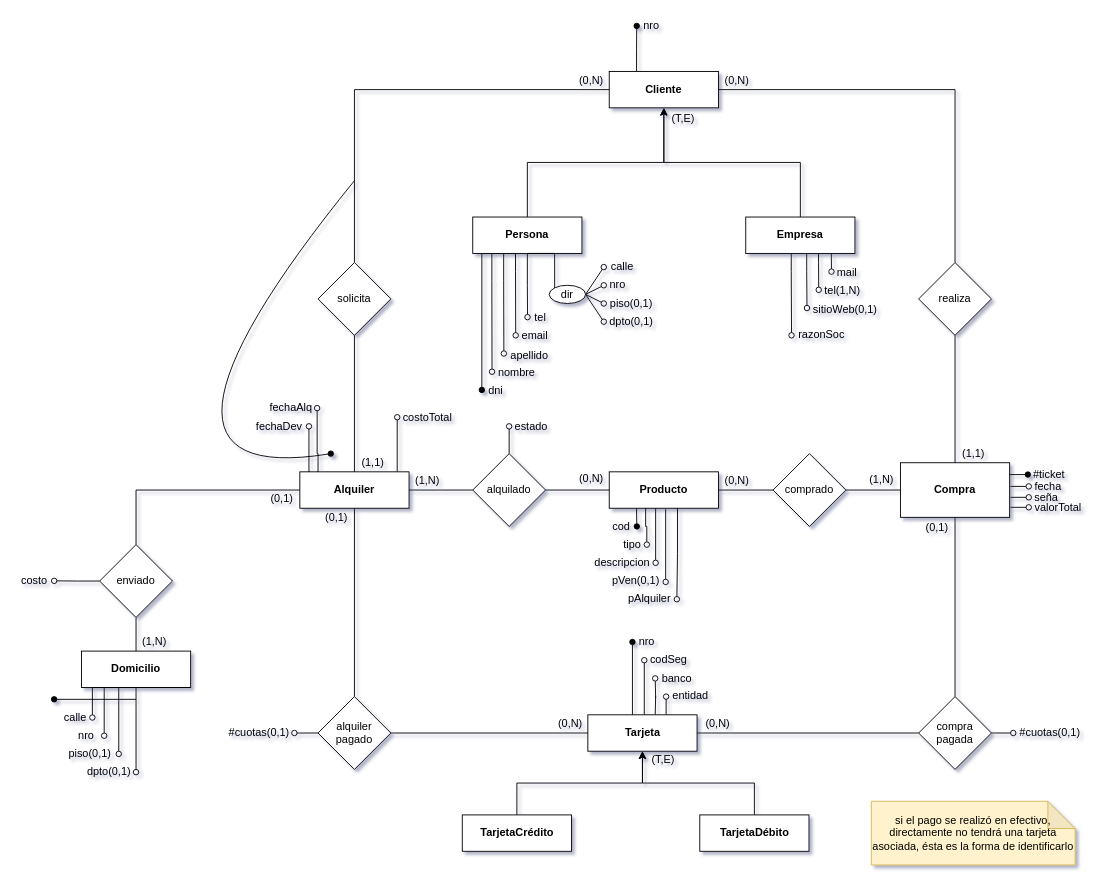
sergiocld99/unlp-tramo-final keeps this draw.io diagram as BD/01-modelos/05-articulos/ej5-conceptual.drawio. Above is the earlier version. Source tidied: cells renumbered, new cells numbered last; positions are measured from the earlier drawing's top-left corner, leaving out a move shared by most shapes. Both pictures are drawn from the tidied source at 91%, with x=0, y=0 at pixel (15, 16).
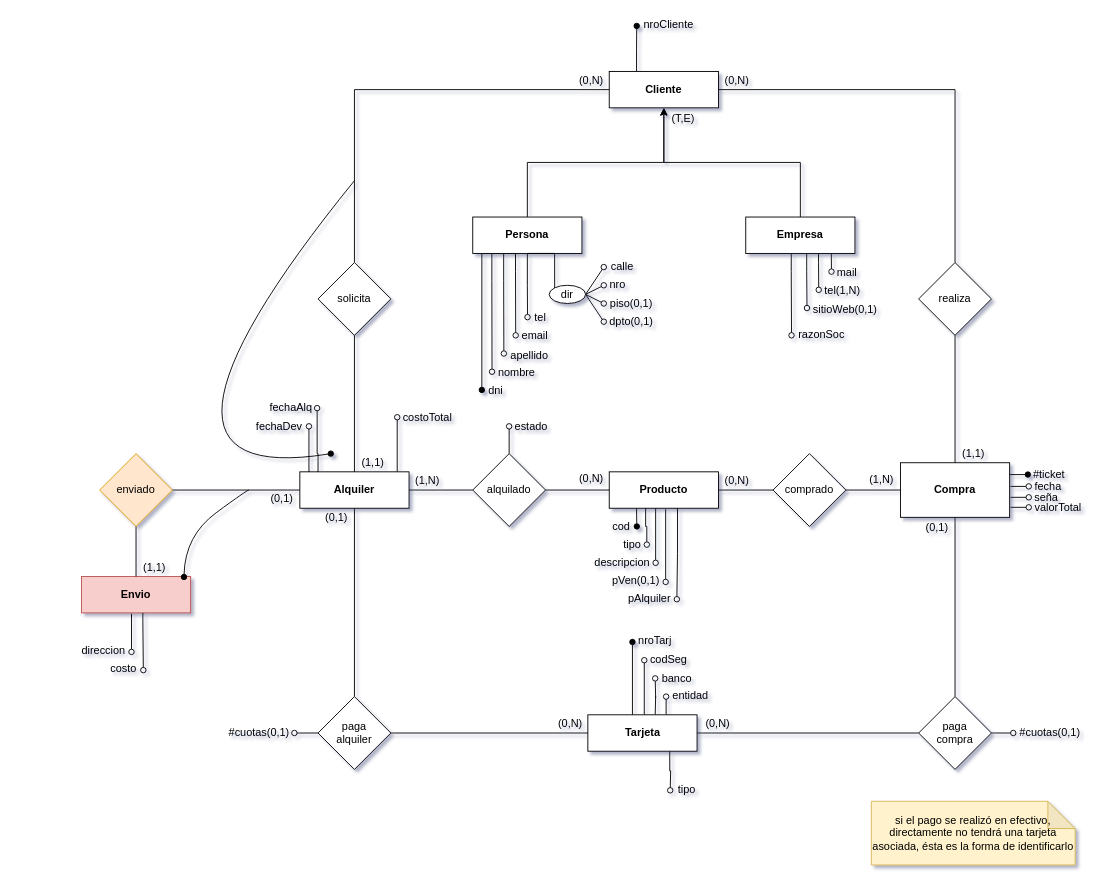
After the change.

Unchanged cells that the change refers to:
```xml
<mxCell id="31" value="Alquiler" style="rounded=0;whiteSpace=wrap;html=1;fontStyle=1;" parent="1" vertex="1">
  <mxGeometry x="312" y="500" width="120" height="40" as="geometry" />
</mxCell>
<mxCell id="57" value="Tarjeta" style="rounded=0;whiteSpace=wrap;html=1;fontStyle=1;" parent="1" vertex="1">
  <mxGeometry x="628.5" y="767" width="120" height="40" as="geometry" />
</mxCell>
```

Change to the diagram source:
```diff
@@
-    <mxCell id="27" style="edgeStyle=orthogonalEdgeStyle;rounded=0;jettySize=auto;html=1;exitX=0;exitY=0.5;exitDx=0;exitDy=0;entryX=0.5;entryY=0;entryDx=0;entryDy=0;endArrow=none;endFill=0;" parent="1" edge="1" source="31" target="42">
+    <mxCell id="27" style="edgeStyle=orthogonalEdgeStyle;rounded=0;jettySize=auto;html=1;exitX=0;exitY=0.5;exitDx=0;exitDy=0;entryX=1;entryY=0.5;entryDx=0;entryDy=0;endArrow=none;endFill=0;" parent="1" edge="1" source="31" target="42">
       <mxGeometry relative="1" as="geometry" />
     </mxCell>
@@
-    <mxCell id="39" value="Domicilio" style="rounded=0;whiteSpace=wrap;html=1;fontStyle=1;" parent="1" vertex="1">
-      <mxGeometry x="72" y="697" width="120" height="40" as="geometry" />
+    <mxCell id="39" value="Envio" style="rounded=0;whiteSpace=wrap;html=1;fontStyle=1;fillColor=#f8cecc;strokeColor=#b85450;" parent="1" vertex="1">
+      <mxGeometry x="72" y="615" width="120" height="40" as="geometry" />
     </mxCell>
@@
-    <mxCell id="41" style="edgeStyle=orthogonalEdgeStyle;rounded=0;jettySize=auto;html=1;exitX=0;exitY=0.5;exitDx=0;exitDy=0;endArrow=oval;endFill=0;" parent="1" edge="1" source="42">
-      <mxGeometry relative="1" as="geometry">
-        <mxPoint x="42" y="619.8" as="targetPoint" />
-      </mxGeometry>
-    </mxCell>
-    <mxCell id="42" value="enviado" style="rhombus;whiteSpace=wrap;html=1;" parent="1" vertex="1">
-      <mxGeometry x="92" y="580" width="80" height="80" as="geometry" />
+    <mxCell id="42" value="enviado" style="rhombus;whiteSpace=wrap;html=1;fillColor=#ffe6cc;strokeColor=#d79b00;" parent="1" vertex="1">
+      <mxGeometry x="92" y="480" width="80" height="80" as="geometry" />
     </mxCell>
@@
+    <mxCell id="134" style="edgeStyle=orthogonalEdgeStyle;rounded=0;jettySize=auto;html=1;exitX=0.75;exitY=1;exitDx=0;exitDy=0;endArrow=oval;endFill=0;" parent="1" edge="1" source="57">
+      <mxGeometry relative="1" as="geometry">
+        <mxPoint x="719" y="850" as="targetPoint" />
+      </mxGeometry>
+    </mxCell>
@@
-    <mxCell id="60" value="alquiler&lt;br&gt;pagado" style="rhombus;whiteSpace=wrap;html=1;" parent="1" vertex="1">
+    <mxCell id="60" value="paga&lt;br&gt;alquiler" style="rhombus;whiteSpace=wrap;html=1;" parent="1" vertex="1">
       <mxGeometry x="332" y="747" width="80" height="80" as="geometry" />
     </mxCell>
@@
-    <mxCell id="62" value="compra&lt;br&gt;pagada" style="rhombus;whiteSpace=wrap;html=1;" parent="1" vertex="1">
+    <mxCell id="62" value="paga&lt;br&gt;compra" style="rhombus;whiteSpace=wrap;html=1;" parent="1" vertex="1">
       <mxGeometry x="992" y="747" width="80" height="80" as="geometry" />
     </mxCell>
@@
-    <mxCell id="73" style="edgeStyle=orthogonalEdgeStyle;rounded=0;orthogonalLoop=1;jettySize=auto;html=1;exitX=0.5;exitY=1;exitDx=0;exitDy=0;endArrow=oval;endFill=0;" parent="1" edge="1">
+    <mxCell id="73" style="edgeStyle=orthogonalEdgeStyle;rounded=0;orthogonalLoop=1;jettySize=auto;html=1;exitX=0.971;exitY=0.977;exitDx=0;exitDy=0;endArrow=oval;endFill=0;exitPerimeter=0;" parent="1" edge="1">
       <mxGeometry relative="1" as="geometry">
-        <mxPoint x="134" y="737" as="sourcePoint" />
-        <mxPoint x="97" y="790" as="targetPoint" />
+        <mxPoint x="139.5" y="655" as="sourcePoint" />
+        <mxPoint x="140" y="717.9" as="targetPoint" />
         <Array as="points">
-          <mxPoint x="97" y="737" />
+          <mxPoint x="140" y="664.9" />
+          <mxPoint x="140" y="664.9" />
         </Array>
       </mxGeometry>
     </mxCell>
-    <mxCell id="74" style="edgeStyle=orthogonalEdgeStyle;rounded=0;orthogonalLoop=1;jettySize=auto;html=1;exitX=0.5;exitY=1;exitDx=0;exitDy=0;endArrow=oval;endFill=0;" parent="1" edge="1">
-      <mxGeometry relative="1" as="geometry">
-        <mxPoint x="137" y="737" as="sourcePoint" />
-        <mxPoint x="113" y="810" as="targetPoint" />
-        <Array as="points">
-          <mxPoint x="113" y="737" />
-        </Array>
-      </mxGeometry>
-    </mxCell>
-    <mxCell id="75" style="edgeStyle=orthogonalEdgeStyle;rounded=0;jettySize=auto;html=1;exitX=1;exitY=1;exitDx=0;exitDy=0;endArrow=oval;endFill=0;" parent="1" edge="1" source="39">
+    <mxCell id="75" style="edgeStyle=orthogonalEdgeStyle;rounded=0;orthogonalLoop=1;jettySize=auto;html=1;endArrow=oval;endFill=0;" parent="1" edge="1">
       <mxGeometry relative="1" as="geometry">
-        <mxPoint x="84" y="770" as="targetPoint" />
+        <mxPoint x="127" y="655.9" as="sourcePoint" />
+        <mxPoint x="127" y="697.9" as="targetPoint" />
         <Array as="points">
-          <mxPoint x="84" y="737" />
+          <mxPoint x="127" y="655.9" />
         </Array>
       </mxGeometry>
     </mxCell>
-    <mxCell id="76" style="edgeStyle=none;rounded=0;jettySize=auto;html=1;endArrow=oval;endFill=0;startArrow=none;exitX=0.5;exitY=1;exitDx=0;exitDy=0;" parent="1" edge="1" source="39">
-      <mxGeometry relative="1" as="geometry">
-        <mxPoint x="132" y="830" as="targetPoint" />
-      </mxGeometry>
-    </mxCell>
-    <mxCell id="77" value="calle" style="text;html=1;align=center;verticalAlign=middle;strokeColor=none;fillColor=none;" parent="1" vertex="1">
-      <mxGeometry x="45" y="760" width="40" height="20" as="geometry" />
+    <mxCell id="77" value="direccion" style="text;html=1;align=center;verticalAlign=middle;strokeColor=none;fillColor=none;" parent="1" vertex="1">
+      <mxGeometry x="66" y="686.9" width="60" height="20" as="geometry" />
     </mxCell>
-    <mxCell id="78" value="piso(0,1)" style="text;html=1;align=center;verticalAlign=middle;strokeColor=none;fillColor=none;" parent="1" vertex="1">
-      <mxGeometry x="51" y="800" width="60" height="20" as="geometry" />
-    </mxCell>
-    <mxCell id="79" value="dpto(0,1)" style="text;html=1;align=center;verticalAlign=middle;strokeColor=none;fillColor=none;" parent="1" vertex="1">
-      <mxGeometry x="72" y="820" width="60" height="20" as="geometry" />
-    </mxCell>
@@
-    <mxCell id="81" value="(1,N)" style="text;html=1;align=center;verticalAlign=middle;strokeColor=none;fillColor=none;" parent="1" vertex="1">
-      <mxGeometry x="132" y="677" width="40" height="20" as="geometry" />
+    <mxCell id="81" value="(1,1)" style="text;html=1;align=center;verticalAlign=middle;strokeColor=none;fillColor=none;" parent="1" vertex="1">
+      <mxGeometry x="132" y="595" width="40" height="20" as="geometry" />
     </mxCell>
-    <mxCell id="82" value="nro" style="text;html=1;align=center;verticalAlign=middle;strokeColor=none;fillColor=none;" parent="1" vertex="1">
-      <mxGeometry x="62" y="780" width="30" height="20" as="geometry" />
+    <mxCell id="82" value="costo" style="text;html=1;align=center;verticalAlign=middle;strokeColor=none;fillColor=none;" parent="1" vertex="1">
+      <mxGeometry x="98" y="706.9" width="40" height="20" as="geometry" />
     </mxCell>
-    <mxCell id="83" style="endArrow=oval;html=1;rounded=0;endFill=1;" parent="1" edge="1">
-      <mxGeometry relative="1" as="geometry">
-        <mxPoint x="132" y="750" as="sourcePoint" />
-        <mxPoint x="42" y="750" as="targetPoint" />
-      </mxGeometry>
-    </mxCell>
-    <mxCell id="84" value="costo" style="text;html=1;align=center;verticalAlign=middle;strokeColor=none;fillColor=none;" parent="1" vertex="1">
-      <mxGeometry y="610" width="40" height="20" as="geometry" />
-    </mxCell>
@@
-    <mxCell id="115" value="nro" style="text;html=1;align=center;verticalAlign=middle;strokeColor=none;fillColor=none;" parent="1" vertex="1">
-      <mxGeometry x="683" width="30" height="20" as="geometry" />
+    <mxCell id="115" value="nroCliente" style="text;html=1;align=center;verticalAlign=middle;strokeColor=none;fillColor=none;" parent="1" vertex="1">
+      <mxGeometry x="682" y="-1" width="70" height="20" as="geometry" />
     </mxCell>
@@
-    <mxCell id="120" value="nro" style="text;html=1;align=center;verticalAlign=middle;strokeColor=none;fillColor=none;" parent="1" vertex="1">
-      <mxGeometry x="677.5" y="677" width="30" height="20" as="geometry" />
+    <mxCell id="120" value="nroTarj" style="text;html=1;align=center;verticalAlign=middle;strokeColor=none;fillColor=none;" parent="1" vertex="1">
+      <mxGeometry x="676.5" y="676" width="50" height="20" as="geometry" />
     </mxCell>
@@
-    <mxCell id="127" style="edgeStyle=orthogonalEdgeStyle;rounded=0;jettySize=auto;html=1;exitX=0.5;exitY=0;exitDx=0;exitDy=0;entryX=0.5;entryY=1;entryDx=0;entryDy=0;" parent="1" edge="1" source="128" target="57">
-      <mxGeometry relative="1" as="geometry" />
-    </mxCell>
-    <mxCell id="128" value="TarjetaCrédito" style="rounded=0;whiteSpace=wrap;html=1;fontStyle=1;" parent="1" vertex="1">
-      <mxGeometry x="490.5" y="877" width="120" height="40" as="geometry" />
-    </mxCell>
-    <mxCell id="129" style="edgeStyle=orthogonalEdgeStyle;rounded=0;jettySize=auto;html=1;exitX=0.5;exitY=0;exitDx=0;exitDy=0;entryX=0.5;entryY=1;entryDx=0;entryDy=0;" parent="1" edge="1" source="130" target="57">
-      <mxGeometry relative="1" as="geometry" />
-    </mxCell>
-    <mxCell id="130" value="TarjetaDébito" style="rounded=0;whiteSpace=wrap;html=1;fontStyle=1;" parent="1" vertex="1">
-      <mxGeometry x="751.5" y="877" width="120" height="40" as="geometry" />
-    </mxCell>
-    <mxCell id="131" value="(T,E)" style="text;html=1;align=center;verticalAlign=middle;strokeColor=none;fillColor=none;" parent="1" vertex="1">
-      <mxGeometry x="690.5" y="807" width="40" height="20" as="geometry" />
-    </mxCell>
@@
+    <mxCell id="135" value="tipo" style="text;html=1;align=center;verticalAlign=middle;strokeColor=none;fillColor=none;" parent="1" vertex="1">
+      <mxGeometry x="721.5" y="839" width="30" height="20" as="geometry" />
+    </mxCell>
+    <mxCell id="136" style="curved=1;endArrow=oval;html=1;rounded=0;endFill=1;entryX=0.939;entryY=0.013;entryDx=0;entryDy=0;entryPerimeter=0;" parent="1" edge="1" target="39">
+      <mxGeometry relative="1" as="geometry">
+        <mxPoint x="256" y="520" as="sourcePoint" />
+        <Array as="points">
+          <mxPoint x="254" y="520" />
+          <mxPoint x="186" y="570" />
+        </Array>
+      </mxGeometry>
+    </mxCell>
```
